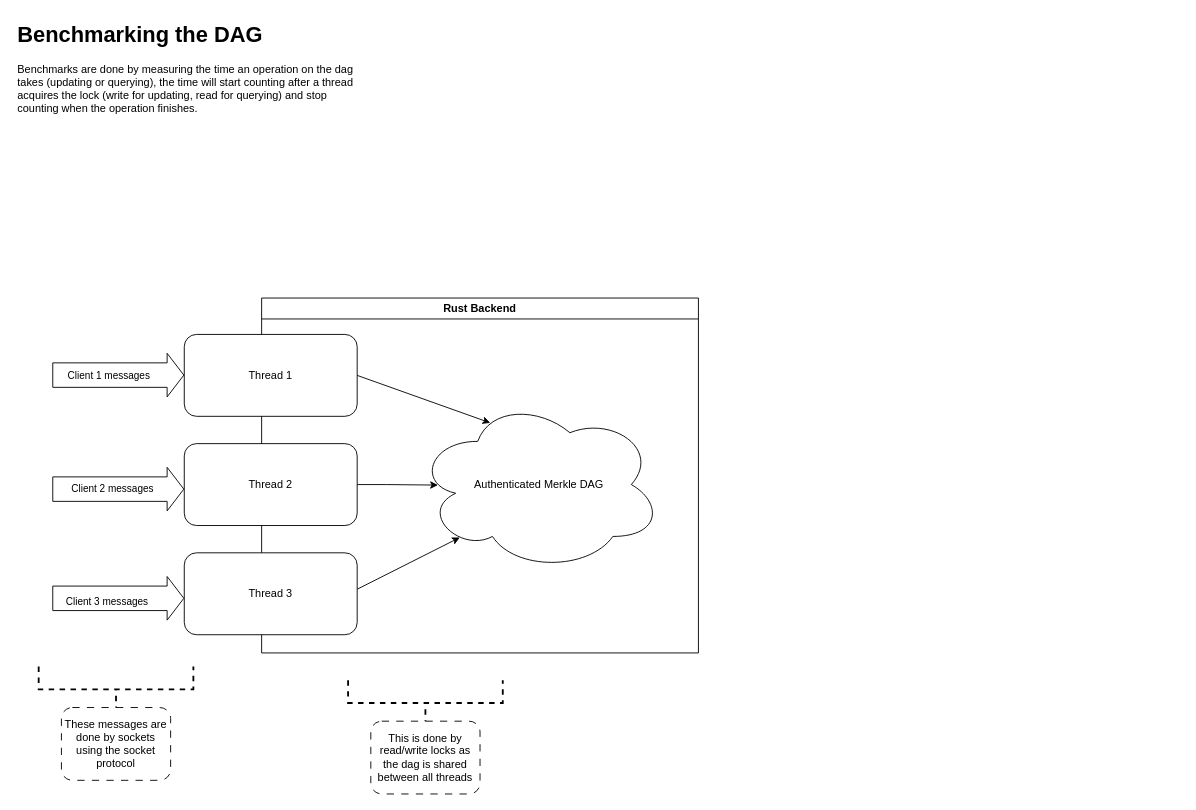
Before: page "Benchmarks" (2 of 2) of artifacts/diagram.drawio in Azeved00/matrixcrdt, a draw.io diagram. Source tidied: cells renumbered, new cells numbered last; positions are measured from the earlier drawing's top-left corner, leaving out a move shared by most shapes. Both pictures are drawn from the tidied source at 91%, with x=0, y=0 at pixel (15, 15).
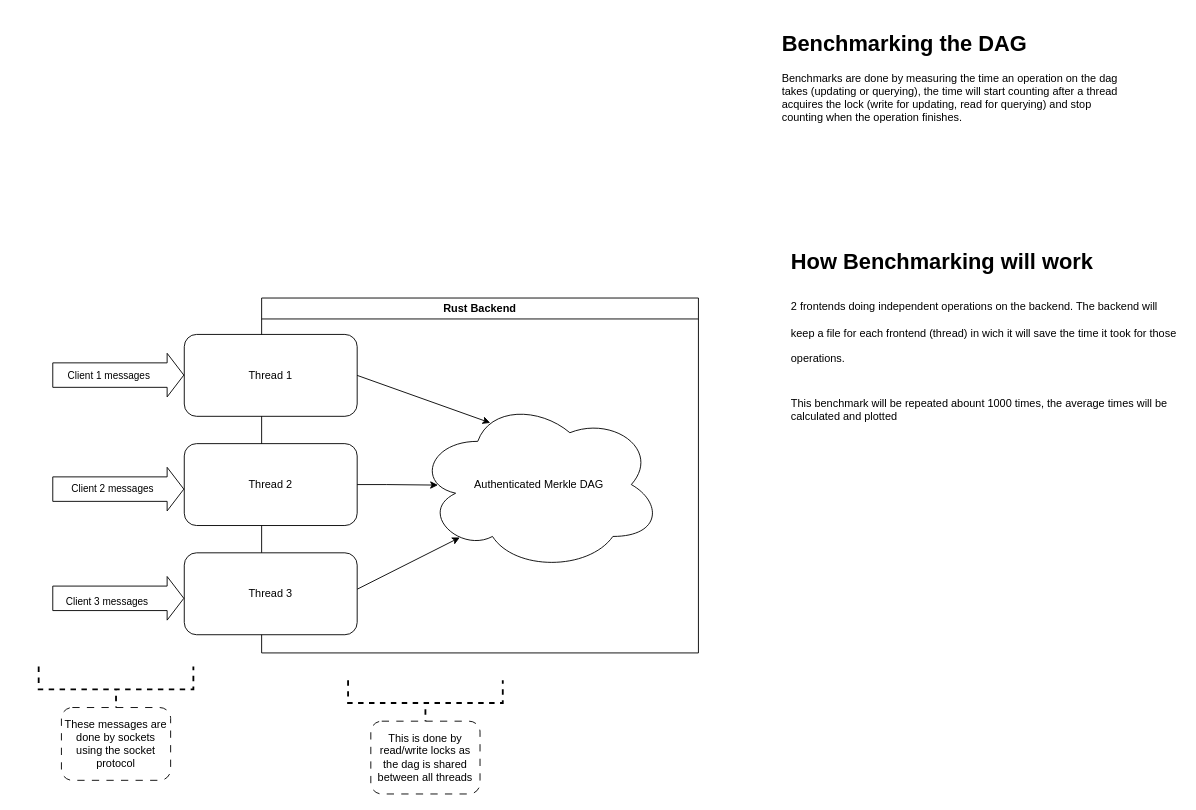
The same diagram, later.

The edit, as a diff of the source:
```diff
@@
     <mxCell id="20" value="&lt;h1 style=&quot;margin-top: 0px;&quot;&gt;Benchmarking the DAG&lt;/h1&gt;&lt;p&gt;Benchmarks are done by measuring the time an operation on the dag takes (updating or querying), the time will start counting after a thread acquires the lock (write for updating, read for querying) and stop counting when the operation finishes.&lt;/p&gt;" style="text;html=1;whiteSpace=wrap;overflow=hidden;rounded=0;" parent="1" vertex="1">
-      <mxGeometry width="375" height="120" as="geometry" />
+      <mxGeometry x="840" y="10" width="375" height="120" as="geometry" />
     </mxCell>
+    <mxCell id="21" value="&lt;h1 style=&quot;margin-top: 0px;&quot;&gt;&lt;span style=&quot;background-color: transparent; color: light-dark(rgb(0, 0, 0), rgb(255, 255, 255));&quot;&gt;How Benchmarking will work&lt;/span&gt;&lt;/h1&gt;&lt;h1 style=&quot;margin-top: 0px;&quot;&gt;&lt;span style=&quot;font-size: 12px; font-weight: 400;&quot;&gt;2 frontends doing independent operations on the backend. The backend will keep a file for each frontend (thread) in wich it will save the time it took for those operations.&lt;/span&gt;&lt;/h1&gt;&lt;div&gt;&lt;span style=&quot;font-size: 12px; font-weight: 400;&quot;&gt;&lt;br&gt;&lt;/span&gt;&lt;/div&gt;&lt;div&gt;&lt;span style=&quot;font-size: 12px; font-weight: 400;&quot;&gt;This benchmark will be repeated abount 1000 times, the average times will be calculated and plotted&amp;nbsp;&lt;/span&gt;&lt;/div&gt;" style="text;html=1;whiteSpace=wrap;overflow=hidden;rounded=0;" parent="1" vertex="1">
+      <mxGeometry x="850" y="250" width="430" height="230" as="geometry" />
+    </mxCell>
```
